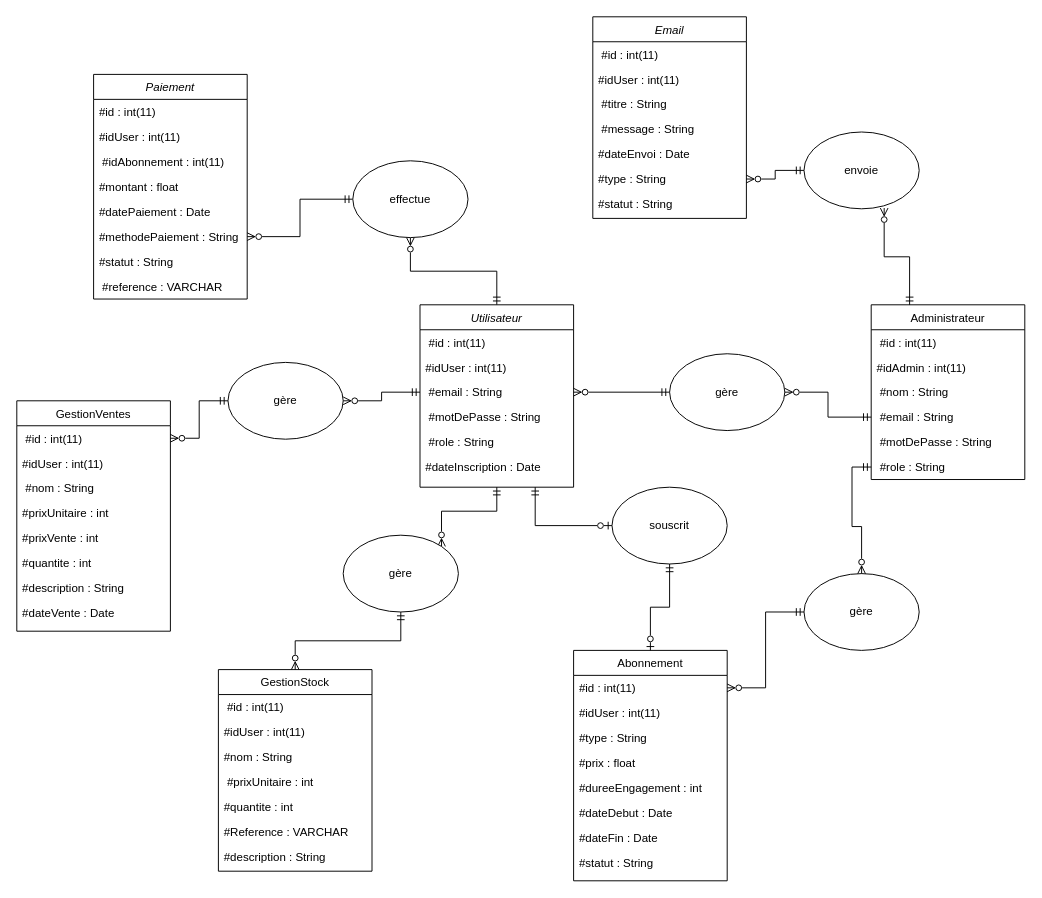
This is Diagramme d'entité.drawio from Lennyb940002/Doranco-Projet-, a draw.io file, before an edit. Source tidied: cells renumbered, new cells numbered last; positions are measured from the earlier drawing's top-left corner, leaving out a move shared by most shapes. Both pictures are drawn from the tidied source at 96%, with x=0, y=0 at pixel (16, 16).
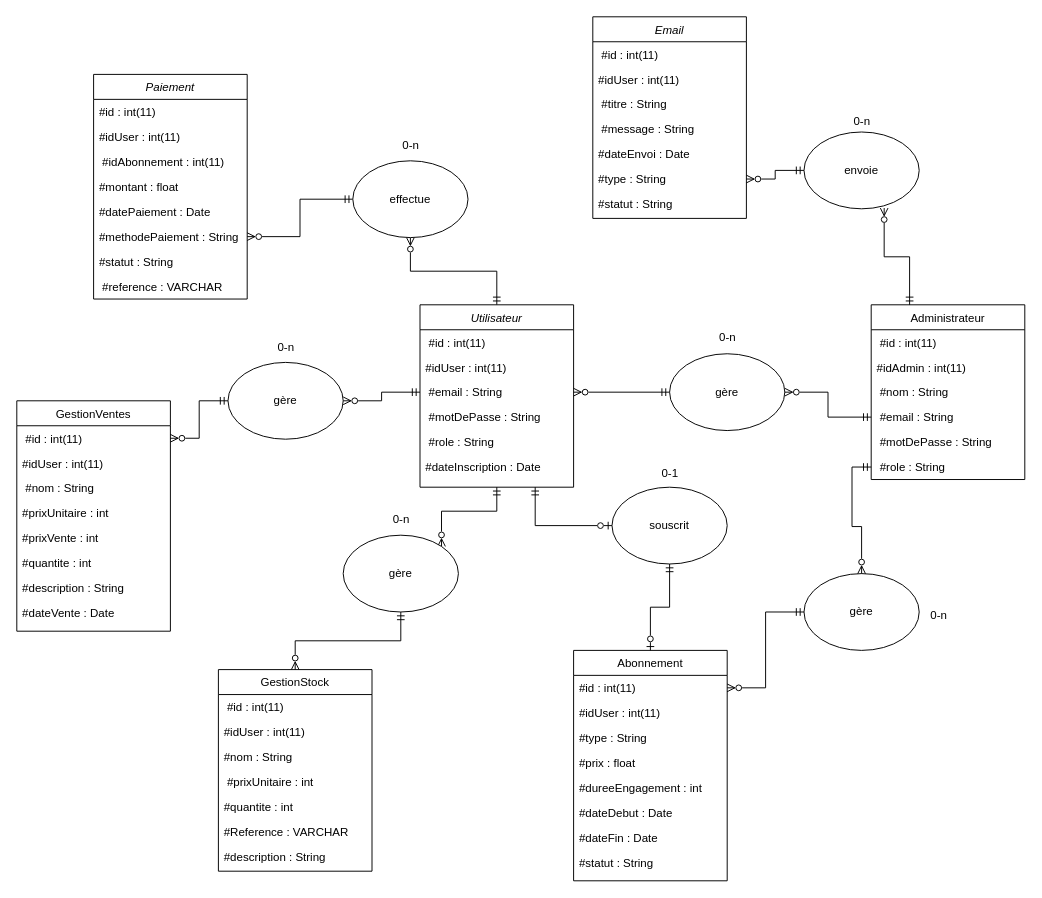
The same diagram, later.

Commit message (it also covers changes not shown here):
Mettre à jour Diagramme d'entité.drawio

What changed in the source:
```diff
@@
+    <mxCell id="80" value="0-n" style="text;whiteSpace=wrap;html=1;" parent="1" vertex="1">
+      <mxGeometry x="870" y="95" width="20" height="20" as="geometry" />
+    </mxCell>
+    <mxCell id="81" value="0-n" style="text;whiteSpace=wrap;html=1;" parent="1" vertex="1">
+      <mxGeometry x="730" y="320" width="20" height="20" as="geometry" />
+    </mxCell>
+    <mxCell id="82" value="0-n" style="text;whiteSpace=wrap;html=1;" parent="1" vertex="1">
+      <mxGeometry x="400" y="120" width="20" height="20" as="geometry" />
+    </mxCell>
+    <mxCell id="83" value="0-1" style="text;whiteSpace=wrap;html=1;" parent="1" vertex="1">
+      <mxGeometry x="670" y="462" width="20" height="20" as="geometry" />
+    </mxCell>
+    <mxCell id="84" value="0-n" style="text;whiteSpace=wrap;html=1;" parent="1" vertex="1">
+      <mxGeometry x="390" y="510" width="20" height="20" as="geometry" />
+    </mxCell>
+    <mxCell id="85" value="0-n" style="text;whiteSpace=wrap;html=1;" parent="1" vertex="1">
+      <mxGeometry x="270" y="331" width="20" height="20" as="geometry" />
+    </mxCell>
+    <mxCell id="86" value="0-n" style="text;whiteSpace=wrap;html=1;" parent="1" vertex="1">
+      <mxGeometry x="950" y="610" width="20" height="20" as="geometry" />
+    </mxCell>
```
